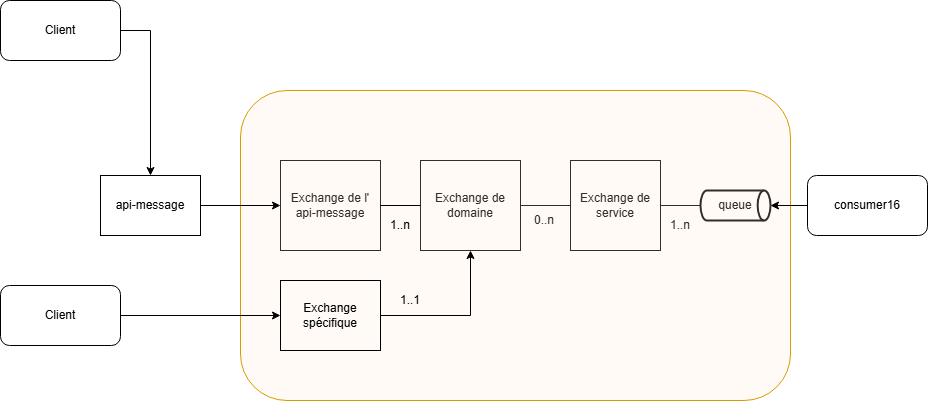
sarraz1/csau keeps this draw.io diagram as drawio/diagramme AR2.drawio.png. Above is the earlier version. Source tidied: cells renumbered, new cells last; positions are measured from the earlier drawing's top-left corner, leaving out a move shared by most shapes.
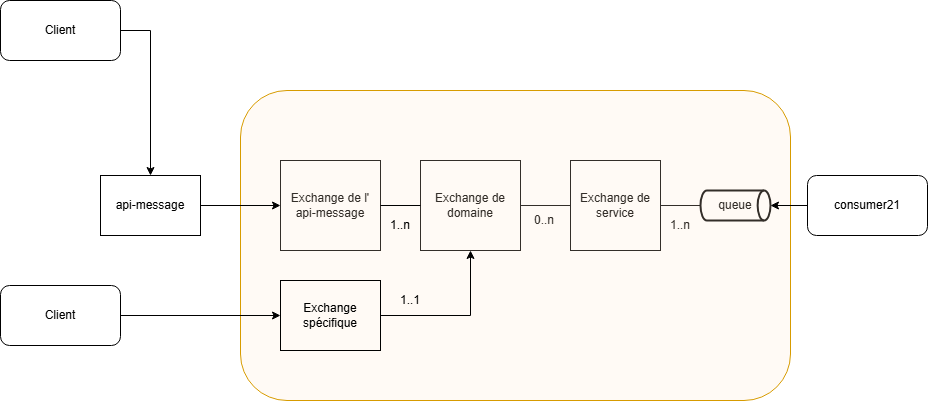
The same diagram one commit later.

Commit message:
Mettre à jour diagramme AR2.drawio.png

What changed in the source:
```diff
@@ -65,7 +65,7 @@
     <mxCell id="22" value="1..1" style="text;html=1;align=center;verticalAlign=middle;whiteSpace=wrap;rounded=0;" parent="1" vertex="1">
       <mxGeometry x="380" y="285" width="60" height="30" as="geometry" />
     </mxCell>
-    <mxCell id="23" value="consumer16" style="rounded=1;whiteSpace=wrap;html=1;" parent="1" vertex="1">
+    <mxCell id="23" value="consumer21" style="rounded=1;whiteSpace=wrap;html=1;" parent="1" vertex="1">
       <mxGeometry x="807" y="175" width="120" height="60" as="geometry" />
     </mxCell>
     <mxCell id="24" style="edgeStyle=orthogonalEdgeStyle;rounded=0;jettySize=auto;html=1;entryX=1;entryY=0.5;entryDx=0;entryDy=0;entryPerimeter=0;" parent="1" edge="1" source="23" target="7">
```
